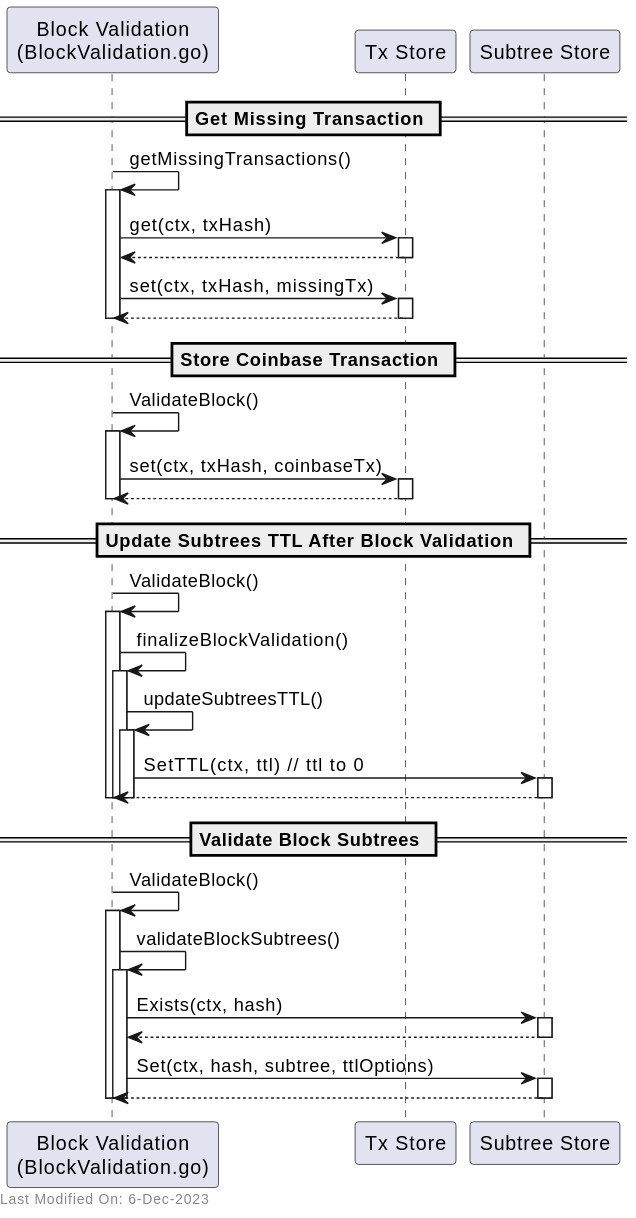
freemans13/teranode keeps this PlantUML diagram as docs/services/img/plantuml/blobserver/blob_server_block_validation.svg. Above is the earlier version. Its source is kept beside it as docs/services/img/plantuml/blobserver/blob_server_block_validation.puml.
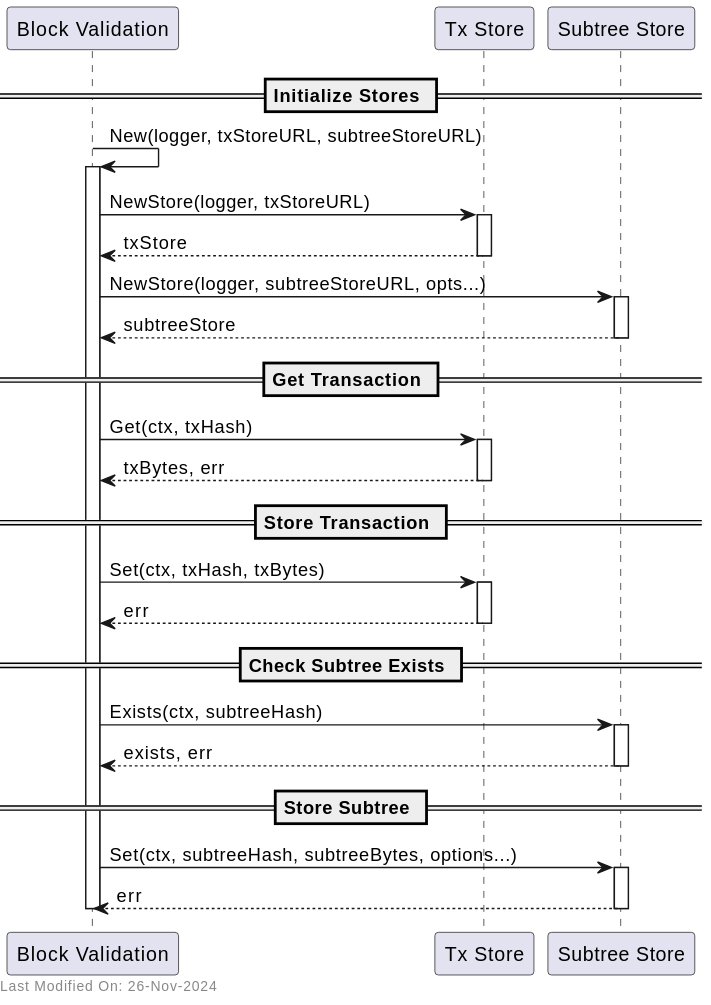
Later version of the same file.

Commit message:
Documentation - restructure Blob Server documentation for better separation of design and reference documents #1403

What changed in the source:
```diff
@@ -1,60 +1,44 @@
 @startuml
-participant "Block Validation\n(BlockValidation.go)" as BlockValidation
+participant "Block Validation" as BlockValidation
 participant "Tx Store" as TxStore
 participant "Subtree Store" as SubtreeStore
 
-== Get Missing Transaction ==
-BlockValidation -> BlockValidation : getMissingTransactions()
+== Initialize Stores ==
+BlockValidation -> BlockValidation: New(logger, txStoreURL, subtreeStoreURL)
 activate BlockValidation
-BlockValidation -> TxStore : get(ctx, txHash)
+BlockValidation -> TxStore: NewStore(logger, txStoreURL)
 activate TxStore
-TxStore --> BlockValidation
+TxStore --> BlockValidation: txStore
 deactivate TxStore
-BlockValidation -> TxStore : set(ctx, txHash, missingTx)
+BlockValidation -> SubtreeStore: NewStore(logger, subtreeStoreURL, opts...)
+activate SubtreeStore
+SubtreeStore --> BlockValidation: subtreeStore
+deactivate SubtreeStore
+
+== Get Transaction ==
+BlockValidation -> TxStore: Get(ctx, txHash)
 activate TxStore
-TxStore --> BlockValidation
+TxStore --> BlockValidation: txBytes, err
 deactivate TxStore
-deactivate BlockValidation
 
-== Store Coinbase Transaction ==
-BlockValidation -> BlockValidation : ValidateBlock()
-activate BlockValidation
+== Store Transaction ==
+BlockValidation -> TxStore: Set(ctx, txHash, txBytes)
+activate TxStore
+TxStore --> BlockValidation: err
+deactivate TxStore
 
-BlockValidation -> TxStore : set(ctx, txHash, coinbaseTx)
-activate TxStore
-TxStore --> BlockValidation
-deactivate TxStore
-deactivate BlockValidation
+== Check Subtree Exists ==
+BlockValidation -> SubtreeStore: Exists(ctx, subtreeHash)
+activate SubtreeStore
+SubtreeStore --> BlockValidation: exists, err
+deactivate SubtreeStore
 
-== Update Subtrees TTL After Block Validation ==
-BlockValidation -> BlockValidation : ValidateBlock()
-activate BlockValidation
-BlockValidation -> BlockValidation : finalizeBlockValidation()
-activate BlockValidation
-BlockValidation -> BlockValidation : updateSubtreesTTL()
-activate BlockValidation
-BlockValidation -> SubtreeStore : SetTTL(ctx, ttl) // ttl to 0
+== Store Subtree ==
+BlockValidation -> SubtreeStore: Set(ctx, subtreeHash, subtreeBytes, options...)
 activate SubtreeStore
-SubtreeStore --> BlockValidation
+SubtreeStore --> BlockValidation: err
 deactivate SubtreeStore
-deactivate BlockValidation
-deactivate BlockValidation
-deactivate BlockValidation
 
-== Validate Block Subtrees ==
-BlockValidation -> BlockValidation : ValidateBlock()
-activate BlockValidation
-BlockValidation -> BlockValidation : validateBlockSubtrees()
-activate BlockValidation
-BlockValidation -> SubtreeStore : Exists(ctx, hash)
-activate SubtreeStore
-SubtreeStore --> BlockValidation
-deactivate SubtreeStore
-BlockValidation -> SubtreeStore : Set(ctx, hash, subtree, ttlOptions)
-activate SubtreeStore
-SubtreeStore --> BlockValidation
-deactivate SubtreeStore
-deactivate BlockValidation
 deactivate BlockValidation
 
 left footer Last Modified On: %date("dd-MMM-yyyy")
```
